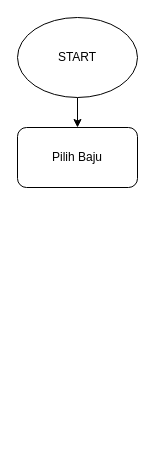
Above: flowchart.drawio in Yorikh11/Yorikh_Andika-Kalkulator_Diskon (draw.io), before the change. Source tidied: cells renumbered, new cells numbered last; positions are measured from the earlier drawing's top-left corner, leaving out a move shared by most shapes. Both pictures are drawn from the tidied source at 100%, with x=0, y=0 at pixel (17, 17).
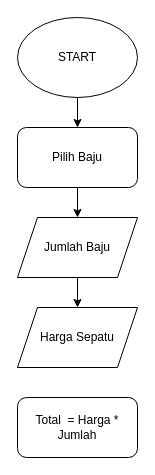
The same diagram, later.

Commit message:
Perhitungan variable jumlah, harga, dan total

Diff of the diagram source:
```diff
@@
 <mxGraphModel>
   <root>
     <mxCell id="0" />
     <mxCell id="1" parent="0" />
     <mxCell id="2" style="edgeStyle=none;html=1;exitX=0.5;exitY=1;exitDx=0;exitDy=0;entryX=0.5;entryY=0;entryDx=0;entryDy=0;" parent="1" edge="1" source="3" target="4">
       <mxGeometry relative="1" as="geometry" />
     </mxCell>
     <mxCell id="3" value="START" style="ellipse;whiteSpace=wrap;html=1;" parent="1" vertex="1">
       <mxGeometry width="120" height="80" as="geometry" />
     </mxCell>
+    <mxCell id="5" style="edgeStyle=none;html=1;exitX=0.5;exitY=1;exitDx=0;exitDy=0;entryX=0.5;entryY=0;entryDx=0;entryDy=0;" parent="1" edge="1" source="4" target="7">
+      <mxGeometry relative="1" as="geometry" />
+    </mxCell>
     <mxCell id="4" value="Pilih Baju" style="rounded=1;whiteSpace=wrap;html=1;" parent="1" vertex="1">
       <mxGeometry y="110" width="120" height="60" as="geometry" />
     </mxCell>
+    <mxCell id="6" style="edgeStyle=none;html=1;exitX=0.5;exitY=1;exitDx=0;exitDy=0;entryX=0.5;entryY=0;entryDx=0;entryDy=0;" parent="1" edge="1" source="7" target="8">
+      <mxGeometry relative="1" as="geometry" />
+    </mxCell>
+    <mxCell id="7" value="Jumlah Baju" style="shape=parallelogram;perimeter=parallelogramPerimeter;whiteSpace=wrap;html=1;fixedSize=1;" parent="1" vertex="1">
+      <mxGeometry y="200" width="120" height="60" as="geometry" />
+    </mxCell>
+    <mxCell id="8" value="Harga Sepatu" style="shape=parallelogram;perimeter=parallelogramPerimeter;whiteSpace=wrap;html=1;fixedSize=1;" parent="1" vertex="1">
+      <mxGeometry y="290" width="120" height="60" as="geometry" />
+    </mxCell>
+    <mxCell id="9" value="Total&amp;nbsp; = Harga * Jumlah" style="rounded=1;whiteSpace=wrap;html=1;" parent="1" vertex="1">
+      <mxGeometry y="380" width="120" height="60" as="geometry" />
+    </mxCell>
   </root>
 </mxGraphModel>
```
